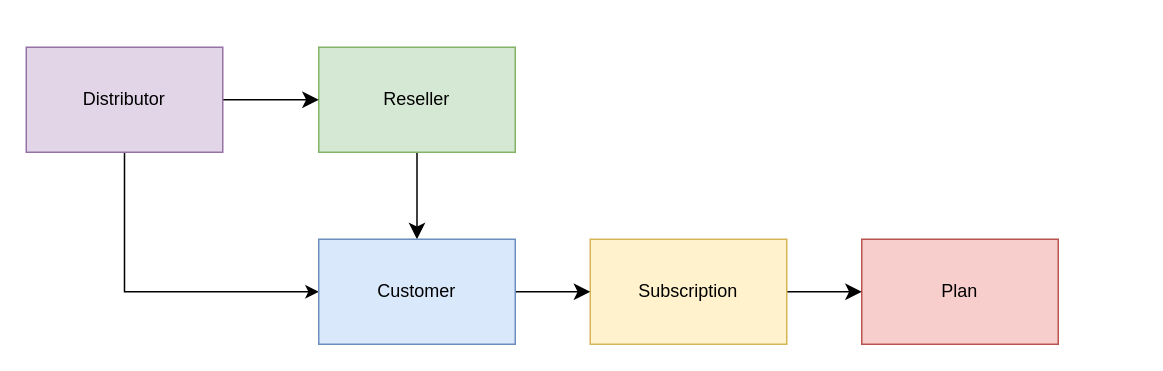
Before: page "Product definition" (2 of 3) of diagrams.drawio in othercodes/sparring-storage, a draw.io diagram. Source tidied: cells renumbered, new cells numbered last; positions are measured from the earlier drawing's top-left corner, leaving out a move shared by most shapes. Both pictures are drawn from the tidied source at 150%, with x=0, y=0 at pixel (26, 46).
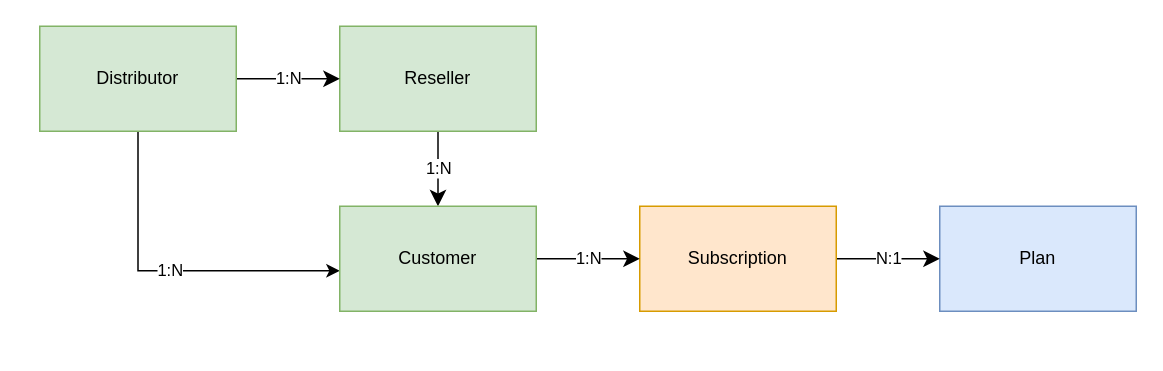
Above is the later version.

The edit, as a diff of the source:
```diff
@@
 <mxGraphModel>
   <root>
     <mxCell id="0" />
     <mxCell id="1" parent="0" />
-    <mxCell id="2" style="edgeStyle=none;rounded=0;jumpSize=0;jettySize=auto;html=1;exitX=0.5;exitY=1;exitDx=0;exitDy=0;endArrow=classic;endFill=1;startSize=14;endSize=8;sourcePerimeterSpacing=8;targetPerimeterSpacing=8;strokeWidth=1;entryX=0.5;entryY=0;entryDx=0;entryDy=0;" parent="1" edge="1" source="3" target="11">
+    <mxCell id="2" value="1:N" style="edgeStyle=none;rounded=0;jumpSize=0;jettySize=auto;html=1;exitX=0.5;exitY=1;exitDx=0;exitDy=0;endArrow=classic;endFill=1;startSize=14;endSize=8;sourcePerimeterSpacing=8;targetPerimeterSpacing=8;strokeWidth=1;entryX=0.5;entryY=0;entryDx=0;entryDy=0;" parent="1" edge="1" source="3" target="11">
       <mxGeometry relative="1" as="geometry" />
     </mxCell>
     <mxCell id="3" value="Reseller" style="rounded=0;whiteSpace=wrap;html=1;hachureGap=4;fillColor=#d5e8d4;strokeColor=#82b366;" parent="1" vertex="1">
-      <mxGeometry x="195" width="131" height="70" as="geometry" />
+      <mxGeometry x="209" y="-14" width="131" height="70" as="geometry" />
     </mxCell>
-    <mxCell id="4" style="edgeStyle=none;rounded=0;jettySize=auto;html=1;endArrow=classic;startSize=14;endSize=8;sourcePerimeterSpacing=8;targetPerimeterSpacing=8;endFill=1;exitX=1;exitY=0.5;exitDx=0;exitDy=0;entryX=0;entryY=0.5;entryDx=0;entryDy=0;jumpSize=6;strokeWidth=1;" parent="1" edge="1" source="6" target="3">
+    <mxCell id="4" value="1:N" style="edgeStyle=none;rounded=0;jettySize=auto;html=1;endArrow=classic;startSize=14;endSize=8;sourcePerimeterSpacing=8;targetPerimeterSpacing=8;endFill=1;exitX=1;exitY=0.5;exitDx=0;exitDy=0;entryX=0;entryY=0.5;entryDx=0;entryDy=0;jumpSize=6;strokeWidth=1;" parent="1" edge="1" source="6" target="3">
       <mxGeometry relative="1" as="geometry" />
     </mxCell>
-    <mxCell id="5" style="edgeStyle=orthogonalEdgeStyle;rounded=0;jettySize=auto;html=1;" parent="1" edge="1" source="6" target="11">
+    <mxCell id="5" value="1:N" style="edgeStyle=orthogonalEdgeStyle;rounded=0;jettySize=auto;html=1;" parent="1" edge="1" source="6" target="11">
       <mxGeometry relative="1" as="geometry">
         <Array as="points">
-          <mxPoint x="66" y="163" />
+          <mxPoint x="75" y="149" />
         </Array>
       </mxGeometry>
     </mxCell>
-    <mxCell id="6" value="Distributor" style="rounded=0;whiteSpace=wrap;html=1;hachureGap=4;fillColor=#e1d5e7;strokeColor=#9673a6;" parent="1" vertex="1">
-      <mxGeometry width="131" height="70" as="geometry" />
+    <mxCell id="6" value="Distributor" style="rounded=0;whiteSpace=wrap;html=1;hachureGap=4;fillColor=#d5e8d4;strokeColor=#82b366;" parent="1" vertex="1">
+      <mxGeometry x="9" y="-14" width="131" height="70" as="geometry" />
     </mxCell>
-    <mxCell id="7" value="Plan" style="rounded=0;whiteSpace=wrap;html=1;hachureGap=4;fillColor=#f8cecc;strokeColor=#b85450;" parent="1" vertex="1">
-      <mxGeometry x="557" y="128" width="131" height="70" as="geometry" />
+    <mxCell id="7" value="Plan" style="rounded=0;whiteSpace=wrap;html=1;hachureGap=4;fillColor=#dae8fc;strokeColor=#6c8ebf;" parent="1" vertex="1">
+      <mxGeometry x="609" y="106" width="131" height="70" as="geometry" />
     </mxCell>
-    <mxCell id="8" style="edgeStyle=none;rounded=0;jumpSize=0;jettySize=auto;html=1;exitX=1;exitY=0.5;exitDx=0;exitDy=0;entryX=0;entryY=0.5;entryDx=0;entryDy=0;endArrow=classic;endFill=1;startSize=14;endSize=8;sourcePerimeterSpacing=8;targetPerimeterSpacing=8;strokeWidth=1;" parent="1" edge="1" source="9" target="7">
+    <mxCell id="8" value="N:1" style="edgeStyle=none;rounded=0;jumpSize=0;jettySize=auto;html=1;exitX=1;exitY=0.5;exitDx=0;exitDy=0;entryX=0;entryY=0.5;entryDx=0;entryDy=0;endArrow=classic;endFill=1;startSize=14;endSize=8;sourcePerimeterSpacing=8;targetPerimeterSpacing=8;strokeWidth=1;" parent="1" edge="1" source="9" target="7">
       <mxGeometry relative="1" as="geometry" />
     </mxCell>
-    <mxCell id="9" value="Subscription" style="rounded=0;whiteSpace=wrap;html=1;hachureGap=4;fillColor=#fff2cc;strokeColor=#d6b656;" parent="1" vertex="1">
-      <mxGeometry x="376" y="128" width="131" height="70" as="geometry" />
+    <mxCell id="9" value="Subscription" style="rounded=0;whiteSpace=wrap;html=1;hachureGap=4;fillColor=#ffe6cc;strokeColor=#d79b00;" parent="1" vertex="1">
+      <mxGeometry x="409" y="106" width="131" height="70" as="geometry" />
     </mxCell>
-    <mxCell id="10" style="edgeStyle=none;rounded=0;jumpSize=0;jettySize=auto;html=1;exitX=1;exitY=0.5;exitDx=0;exitDy=0;entryX=0;entryY=0.5;entryDx=0;entryDy=0;endArrow=classic;endFill=1;startSize=14;endSize=8;sourcePerimeterSpacing=8;targetPerimeterSpacing=8;strokeWidth=1;" parent="1" edge="1" source="11" target="9">
+    <mxCell id="10" value="1:N" style="edgeStyle=none;rounded=0;jumpSize=0;jettySize=auto;html=1;exitX=1;exitY=0.5;exitDx=0;exitDy=0;entryX=0;entryY=0.5;entryDx=0;entryDy=0;endArrow=classic;endFill=1;startSize=14;endSize=8;sourcePerimeterSpacing=8;targetPerimeterSpacing=8;strokeWidth=1;" parent="1" edge="1" source="11" target="9">
       <mxGeometry relative="1" as="geometry" />
     </mxCell>
-    <mxCell id="11" value="Customer" style="rounded=0;whiteSpace=wrap;html=1;hachureGap=4;fillColor=#dae8fc;strokeColor=#6c8ebf;" parent="1" vertex="1">
-      <mxGeometry x="195" y="128" width="131" height="70" as="geometry" />
+    <mxCell id="11" value="Customer" style="rounded=0;whiteSpace=wrap;html=1;hachureGap=4;fillColor=#d5e8d4;strokeColor=#82b366;" parent="1" vertex="1">
+      <mxGeometry x="209" y="106" width="131" height="70" as="geometry" />
     </mxCell>
   </root>
 </mxGraphModel>
```
